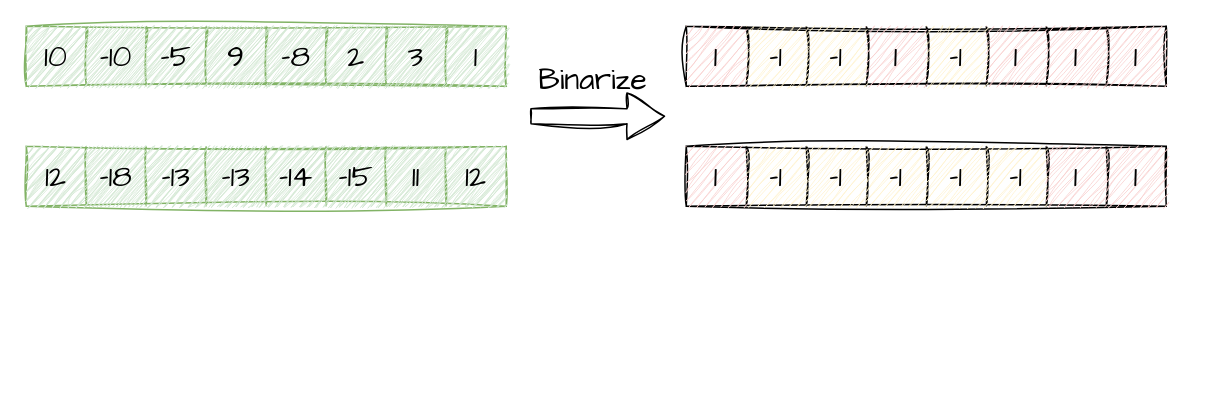
KastnerRG/pp4fpgas keeps this draw.io diagram as images/signum-binarize.drawio. Above is the earlier version. Source tidied: cells renumbered, new cells numbered last; positions are measured from the earlier drawing's top-left corner, leaving out a move shared by most shapes. Both pictures are drawn from the tidied source at 150%, with x=0, y=0 at pixel (26, 26).
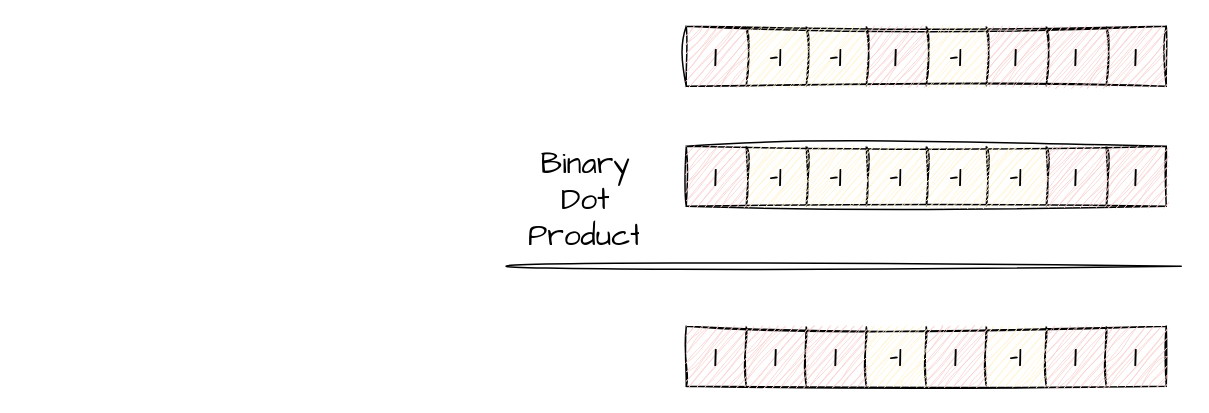
Above is the later version.

Diff of the diagram source:
```diff
@@
-    <mxCell id="2" style="shape=table;startSize=0;childLayout=tableLayout;sketch=1;hachureGap=4;jiggle=2;curveFitting=1;fontFamily=Architects Daughter;fillColor=#d5e8d4;strokeColor=#82b366;fontSize=20;" parent="1" vertex="1">
-      <mxGeometry width="320" height="40" as="geometry" />
-    </mxCell>
-    <mxCell id="3" style="shape=tableRow;horizontal=0;startSize=0;swimlaneHead=0;swimlaneBody=0;strokeColor=#82b366;top=0;left=0;bottom=0;right=0;fillColor=#d5e8d4;sketch=1;hachureGap=4;jiggle=2;curveFitting=1;fontFamily=Architects Daughter;fontSize=20;" parent="2" vertex="1">
-      <mxGeometry width="320" height="40" as="geometry" />
-    </mxCell>
-    <mxCell id="4" value="10" style="shape=partialRectangle;html=1;whiteSpace=wrap;strokeColor=#82b366;overflow=hidden;fillColor=#d5e8d4;top=0;left=0;bottom=0;right=0;sketch=1;hachureGap=4;jiggle=2;curveFitting=1;fontFamily=Architects Daughter;fontSize=20;" parent="3" vertex="1">
-      <mxGeometry width="40" height="40" as="geometry" />
-    </mxCell>
-    <mxCell id="5" value="-10" style="shape=partialRectangle;html=1;whiteSpace=wrap;strokeColor=#82b366;overflow=hidden;fillColor=#d5e8d4;top=0;left=0;bottom=0;right=0;sketch=1;hachureGap=4;jiggle=2;curveFitting=1;fontFamily=Architects Daughter;fontSize=20;" parent="3" vertex="1">
-      <mxGeometry x="40" width="40" height="40" as="geometry" />
-    </mxCell>
-    <mxCell id="6" value="-5" style="shape=partialRectangle;html=1;whiteSpace=wrap;strokeColor=#82b366;overflow=hidden;fillColor=#d5e8d4;top=0;left=0;bottom=0;right=0;sketch=1;hachureGap=4;jiggle=2;curveFitting=1;fontFamily=Architects Daughter;fontSize=20;" parent="3" vertex="1">
-      <mxGeometry x="80" width="40" height="40" as="geometry" />
-    </mxCell>
-    <mxCell id="7" value="9" style="shape=partialRectangle;html=1;whiteSpace=wrap;strokeColor=#82b366;overflow=hidden;fillColor=#d5e8d4;top=0;left=0;bottom=0;right=0;sketch=1;hachureGap=4;jiggle=2;curveFitting=1;fontFamily=Architects Daughter;fontSize=20;" parent="3" vertex="1">
-      <mxGeometry x="120" width="40" height="40" as="geometry" />
-    </mxCell>
-    <mxCell id="8" value="-8" style="shape=partialRectangle;html=1;whiteSpace=wrap;strokeColor=#82b366;overflow=hidden;fillColor=#d5e8d4;top=0;left=0;bottom=0;right=0;sketch=1;hachureGap=4;jiggle=2;curveFitting=1;fontFamily=Architects Daughter;fontSize=20;" parent="3" vertex="1">
-      <mxGeometry x="160" width="40" height="40" as="geometry" />
-    </mxCell>
-    <mxCell id="9" value="2" style="shape=partialRectangle;html=1;whiteSpace=wrap;strokeColor=#82b366;overflow=hidden;fillColor=#d5e8d4;top=0;left=0;bottom=0;right=0;sketch=1;hachureGap=4;jiggle=2;curveFitting=1;fontFamily=Architects Daughter;fontSize=20;" parent="3" vertex="1">
-      <mxGeometry x="200" width="40" height="40" as="geometry" />
-    </mxCell>
-    <mxCell id="10" value="3" style="shape=partialRectangle;html=1;whiteSpace=wrap;strokeColor=#82b366;overflow=hidden;fillColor=#d5e8d4;top=0;left=0;bottom=0;right=0;sketch=1;hachureGap=4;jiggle=2;curveFitting=1;fontFamily=Architects Daughter;fontSize=20;" parent="3" vertex="1">
-      <mxGeometry x="240" width="40" height="40" as="geometry" />
-    </mxCell>
-    <mxCell id="11" value="1" style="shape=partialRectangle;html=1;whiteSpace=wrap;strokeColor=#82b366;overflow=hidden;fillColor=#d5e8d4;top=0;left=0;bottom=0;right=0;sketch=1;hachureGap=4;jiggle=2;curveFitting=1;fontFamily=Architects Daughter;fontSize=20;" parent="3" vertex="1">
-      <mxGeometry x="280" width="40" height="40" as="geometry" />
-    </mxCell>
-    <mxCell id="12" style="shape=table;startSize=0;childLayout=tableLayout;sketch=1;hachureGap=4;jiggle=2;curveFitting=1;fontFamily=Architects Daughter;fillColor=#d5e8d4;strokeColor=#82b366;fontSize=20;" parent="1" vertex="1">
-      <mxGeometry y="80" width="320" height="40" as="geometry" />
-    </mxCell>
-    <mxCell id="13" style="shape=tableRow;horizontal=0;startSize=0;swimlaneHead=0;swimlaneBody=0;strokeColor=#82b366;top=0;left=0;bottom=0;right=0;fillColor=#d5e8d4;sketch=1;hachureGap=4;jiggle=2;curveFitting=1;fontFamily=Architects Daughter;fontSize=20;" parent="12" vertex="1">
-      <mxGeometry width="320" height="40" as="geometry" />
-    </mxCell>
-    <mxCell id="14" value="12" style="shape=partialRectangle;html=1;whiteSpace=wrap;strokeColor=#82b366;overflow=hidden;fillColor=#d5e8d4;top=0;left=0;bottom=0;right=0;sketch=1;hachureGap=4;jiggle=2;curveFitting=1;fontFamily=Architects Daughter;fontSize=20;" parent="13" vertex="1">
-      <mxGeometry width="40" height="40" as="geometry" />
-    </mxCell>
-    <mxCell id="15" value="-18" style="shape=partialRectangle;html=1;whiteSpace=wrap;strokeColor=#82b366;overflow=hidden;fillColor=#d5e8d4;top=0;left=0;bottom=0;right=0;sketch=1;hachureGap=4;jiggle=2;curveFitting=1;fontFamily=Architects Daughter;fontSize=20;" parent="13" vertex="1">
-      <mxGeometry x="40" width="40" height="40" as="geometry" />
-    </mxCell>
-    <mxCell id="16" value="-13" style="shape=partialRectangle;html=1;whiteSpace=wrap;strokeColor=#82b366;overflow=hidden;fillColor=#d5e8d4;top=0;left=0;bottom=0;right=0;sketch=1;hachureGap=4;jiggle=2;curveFitting=1;fontFamily=Architects Daughter;fontSize=20;" parent="13" vertex="1">
-      <mxGeometry x="80" width="40" height="40" as="geometry" />
-    </mxCell>
-    <mxCell id="17" value="-13" style="shape=partialRectangle;html=1;whiteSpace=wrap;strokeColor=#82b366;overflow=hidden;fillColor=#d5e8d4;top=0;left=0;bottom=0;right=0;sketch=1;hachureGap=4;jiggle=2;curveFitting=1;fontFamily=Architects Daughter;fontSize=20;" parent="13" vertex="1">
-      <mxGeometry x="120" width="40" height="40" as="geometry" />
-    </mxCell>
-    <mxCell id="18" value="-14" style="shape=partialRectangle;html=1;whiteSpace=wrap;strokeColor=#82b366;overflow=hidden;fillColor=#d5e8d4;top=0;left=0;bottom=0;right=0;sketch=1;hachureGap=4;jiggle=2;curveFitting=1;fontFamily=Architects Daughter;fontSize=20;" parent="13" vertex="1">
-      <mxGeometry x="160" width="40" height="40" as="geometry" />
-    </mxCell>
-    <mxCell id="19" value="-15" style="shape=partialRectangle;html=1;whiteSpace=wrap;strokeColor=#82b366;overflow=hidden;fillColor=#d5e8d4;top=0;left=0;bottom=0;right=0;sketch=1;hachureGap=4;jiggle=2;curveFitting=1;fontFamily=Architects Daughter;fontSize=20;" parent="13" vertex="1">
-      <mxGeometry x="200" width="40" height="40" as="geometry" />
-    </mxCell>
-    <mxCell id="20" value="11" style="shape=partialRectangle;html=1;whiteSpace=wrap;strokeColor=#82b366;overflow=hidden;fillColor=#d5e8d4;top=0;left=0;bottom=0;right=0;sketch=1;hachureGap=4;jiggle=2;curveFitting=1;fontFamily=Architects Daughter;fontSize=20;" parent="13" vertex="1">
-      <mxGeometry x="240" width="40" height="40" as="geometry" />
-    </mxCell>
-    <mxCell id="21" value="12" style="shape=partialRectangle;html=1;whiteSpace=wrap;strokeColor=#82b366;overflow=hidden;fillColor=#d5e8d4;top=0;left=0;bottom=0;right=0;sketch=1;hachureGap=4;jiggle=2;curveFitting=1;fontFamily=Architects Daughter;fontSize=20;" parent="13" vertex="1">
-      <mxGeometry x="280" width="40" height="40" as="geometry" />
-    </mxCell>
-    <mxCell id="22" style="shape=flexArrow;endArrow=classic;html=1;rounded=0;sketch=1;hachureGap=4;jiggle=2;curveFitting=1;fontFamily=Architects Daughter;fontSize=20;startSize=8;endSize=8;curved=1;" parent="1" edge="1">
-      <mxGeometry relative="1" as="geometry">
-        <mxPoint x="336" y="60" as="sourcePoint" />
-        <mxPoint x="426" y="60" as="targetPoint" />
-      </mxGeometry>
-    </mxCell>
-    <mxCell id="23" value="&lt;font&gt;Binarize&lt;/font&gt;" style="text;strokeColor=none;fillColor=none;align=center;verticalAlign=middle;spacingLeft=4;spacingRight=4;overflow=hidden;whiteSpace=wrap;html=1;fontFamily=Architects Daughter;strokeWidth=1;fontSize=20;" parent="1" vertex="1">
-      <mxGeometry x="336" y="20" width="84" height="30" as="geometry" />
+    <mxCell id="23" value="Binary&lt;div&gt;Dot Product&lt;/div&gt;" style="text;strokeColor=none;fillColor=none;align=center;verticalAlign=middle;spacingLeft=4;spacingRight=4;overflow=hidden;whiteSpace=wrap;html=1;fontFamily=Architects Daughter;strokeWidth=1;fontSize=20;" parent="1" vertex="1">
+      <mxGeometry x="330" y="70" width="84" height="90" as="geometry" />
     </mxCell>
@@
+    <mxCell id="44" style="endArrow=none;html=1;rounded=0;sketch=1;hachureGap=4;jiggle=2;curveFitting=1;fontFamily=Architects Daughter;fontSize=12;startSize=8;endSize=8;curved=1;" parent="1" edge="1">
+      <mxGeometry relative="1" as="geometry">
+        <mxPoint x="320" y="160" as="sourcePoint" />
+        <mxPoint x="770" y="160" as="targetPoint" />
+      </mxGeometry>
+    </mxCell>
+    <mxCell id="45" style="shape=table;startSize=0;childLayout=tableLayout;sketch=1;hachureGap=4;jiggle=2;curveFitting=1;fontFamily=Architects Daughter;fontSize=20;" parent="1" vertex="1">
+      <mxGeometry x="440" y="200" width="320" height="40" as="geometry" />
+    </mxCell>
+    <mxCell id="46" style="shape=tableRow;horizontal=0;startSize=0;swimlaneHead=0;swimlaneBody=0;strokeColor=inherit;top=0;left=0;bottom=0;right=0;fillColor=none;sketch=1;hachureGap=4;jiggle=2;curveFitting=1;fontFamily=Architects Daughter;fontSize=20;" parent="45" vertex="1">
+      <mxGeometry width="320" height="40" as="geometry" />
+    </mxCell>
+    <mxCell id="47" value="1" style="shape=partialRectangle;html=1;whiteSpace=wrap;strokeColor=#b85450;overflow=hidden;fillColor=#f8cecc;top=0;left=0;bottom=0;right=0;sketch=1;hachureGap=4;jiggle=2;curveFitting=1;fontFamily=Architects Daughter;fontSize=20;" parent="46" vertex="1">
+      <mxGeometry width="40" height="40" as="geometry" />
+    </mxCell>
+    <mxCell id="48" value="1" style="shape=partialRectangle;html=1;whiteSpace=wrap;strokeColor=#b85450;overflow=hidden;fillColor=#f8cecc;top=0;left=0;bottom=0;right=0;sketch=1;hachureGap=4;jiggle=2;curveFitting=1;fontFamily=Architects Daughter;fontSize=20;" parent="46" vertex="1">
+      <mxGeometry x="40" width="40" height="40" as="geometry" />
+    </mxCell>
+    <mxCell id="49" value="1" style="shape=partialRectangle;html=1;whiteSpace=wrap;strokeColor=#b85450;overflow=hidden;fillColor=#f8cecc;top=0;left=0;bottom=0;right=0;sketch=1;hachureGap=4;jiggle=2;curveFitting=1;fontFamily=Architects Daughter;fontSize=20;" parent="46" vertex="1">
+      <mxGeometry x="80" width="40" height="40" as="geometry" />
+    </mxCell>
+    <mxCell id="50" value="-1" style="shape=partialRectangle;html=1;whiteSpace=wrap;strokeColor=#d6b656;overflow=hidden;fillColor=#fff2cc;top=0;left=0;bottom=0;right=0;sketch=1;hachureGap=4;jiggle=2;curveFitting=1;fontFamily=Architects Daughter;fontSize=20;" parent="46" vertex="1">
+      <mxGeometry x="120" width="40" height="40" as="geometry" />
+    </mxCell>
+    <mxCell id="51" value="1" style="shape=partialRectangle;html=1;whiteSpace=wrap;strokeColor=#b85450;overflow=hidden;fillColor=#f8cecc;top=0;left=0;bottom=0;right=0;sketch=1;hachureGap=4;jiggle=2;curveFitting=1;fontFamily=Architects Daughter;fontSize=20;" parent="46" vertex="1">
+      <mxGeometry x="160" width="40" height="40" as="geometry" />
+    </mxCell>
+    <mxCell id="52" value="-1" style="shape=partialRectangle;html=1;whiteSpace=wrap;strokeColor=#d6b656;overflow=hidden;fillColor=#fff2cc;top=0;left=0;bottom=0;right=0;sketch=1;hachureGap=4;jiggle=2;curveFitting=1;fontFamily=Architects Daughter;fontSize=20;" parent="46" vertex="1">
+      <mxGeometry x="200" width="40" height="40" as="geometry" />
+    </mxCell>
+    <mxCell id="53" value="1" style="shape=partialRectangle;html=1;whiteSpace=wrap;strokeColor=#b85450;overflow=hidden;fillColor=#f8cecc;top=0;left=0;bottom=0;right=0;sketch=1;hachureGap=4;jiggle=2;curveFitting=1;fontFamily=Architects Daughter;fontSize=20;" parent="46" vertex="1">
+      <mxGeometry x="240" width="40" height="40" as="geometry" />
+    </mxCell>
+    <mxCell id="54" value="1" style="shape=partialRectangle;html=1;whiteSpace=wrap;strokeColor=#b85450;overflow=hidden;fillColor=#f8cecc;top=0;left=0;bottom=0;right=0;sketch=1;hachureGap=4;jiggle=2;curveFitting=1;fontFamily=Architects Daughter;fontSize=20;" parent="46" vertex="1">
+      <mxGeometry x="280" width="40" height="40" as="geometry" />
+    </mxCell>
```
